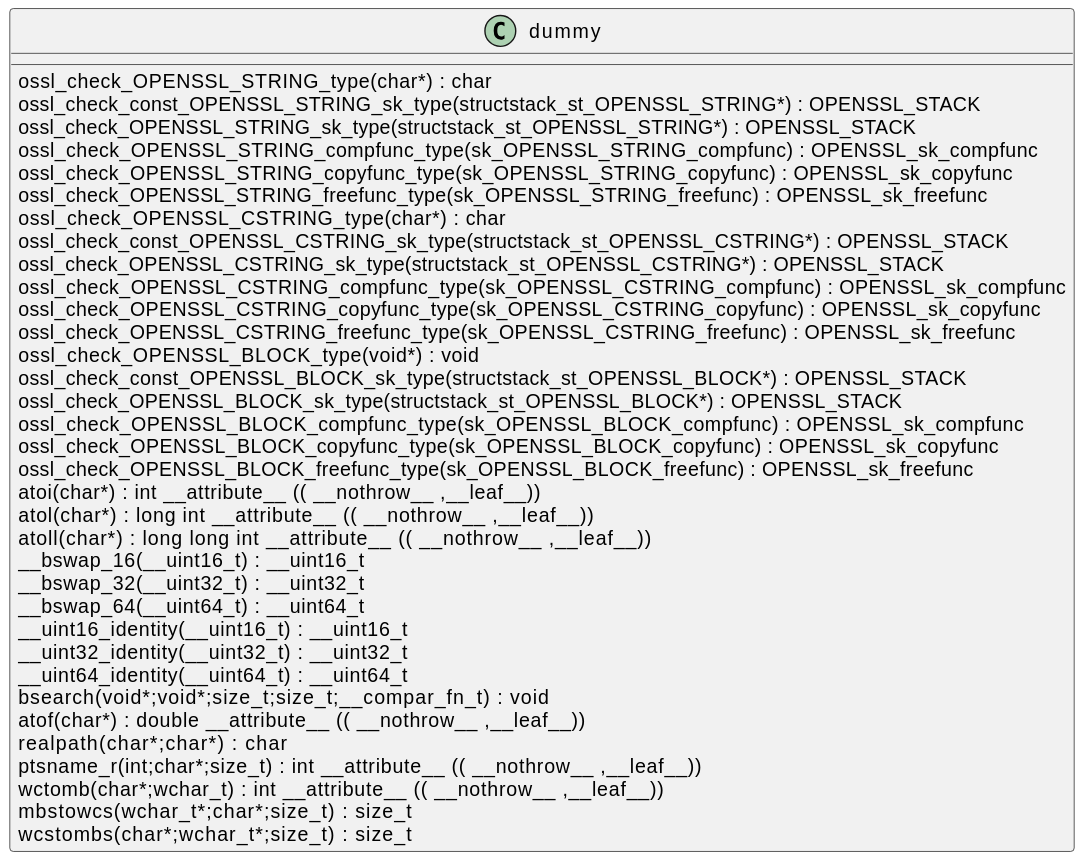
The PlantUML diagram docs/qc/crypto/thread/api.c.svg in qualitesys/openssl, before a commit.
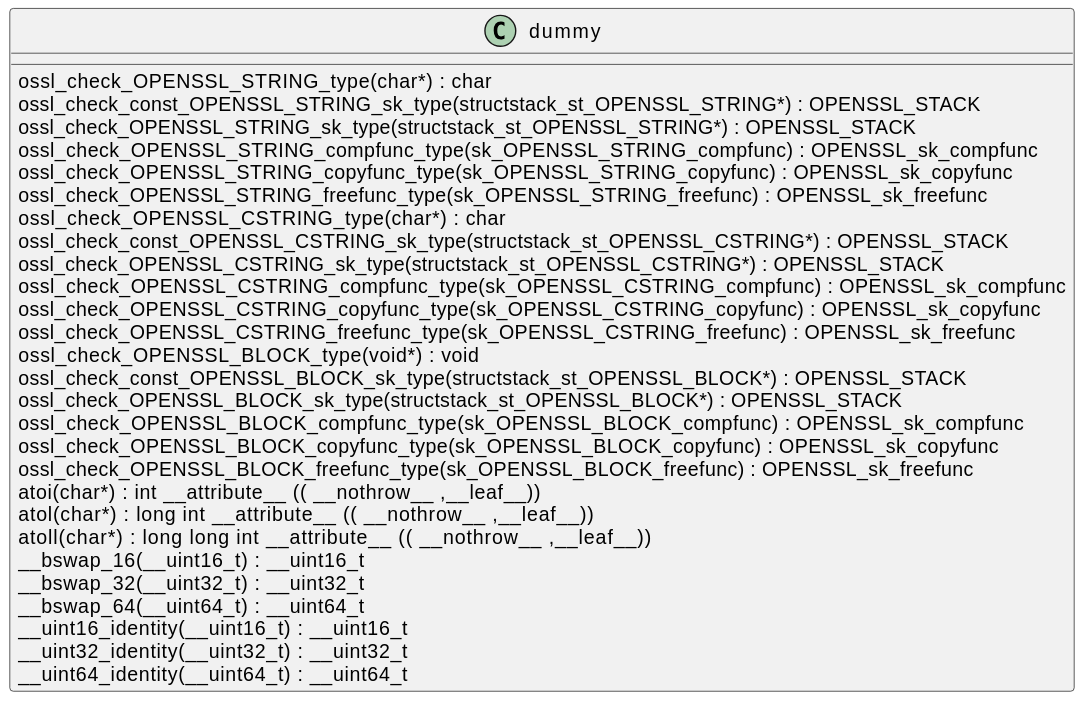
The same diagram one commit later.

What changed in the source:
```diff
@@ -28,12 +28,5 @@
 __uint16_identity(__uint16_t) : __uint16_t [[[./../../.././qc/crypto/thread/api.c.html#986]]]
 __uint32_identity(__uint32_t) : __uint32_t [[[./../../.././qc/crypto/thread/api.c.html#992]]]
 __uint64_identity(__uint64_t) : __uint64_t [[[./../../.././qc/crypto/thread/api.c.html#998]]]
-bsearch(void*;void*;size_t;size_t;__compar_fn_t) :  void  [[[./../../.././qc/crypto/thread/api.c.html#1682]]]
-atof(char*) :  double  __attribute__ (( __nothrow__ ,__leaf__)) [[[./../../.././qc/crypto/thread/api.c.html#1]]]
-realpath(char*;char*) :  char  [[[./../../.././qc/crypto/thread/api.c.html#1]]]
-ptsname_r(int;char*;size_t) :  int  __attribute__ (( __nothrow__ ,__leaf__)) [[[./../../.././qc/crypto/thread/api.c.html#1]]]
-wctomb(char*;wchar_t) :  int  __attribute__ (( __nothrow__ ,__leaf__)) [[[./../../.././qc/crypto/thread/api.c.html#1]]]
-mbstowcs(wchar_t*;char*;size_t) : size_t [[[./../../.././qc/crypto/thread/api.c.html#1]]]
-wcstombs(char*;wchar_t*;size_t) : size_t [[[./../../.././qc/crypto/thread/api.c.html#1]]]
 }
 @enduml
```
